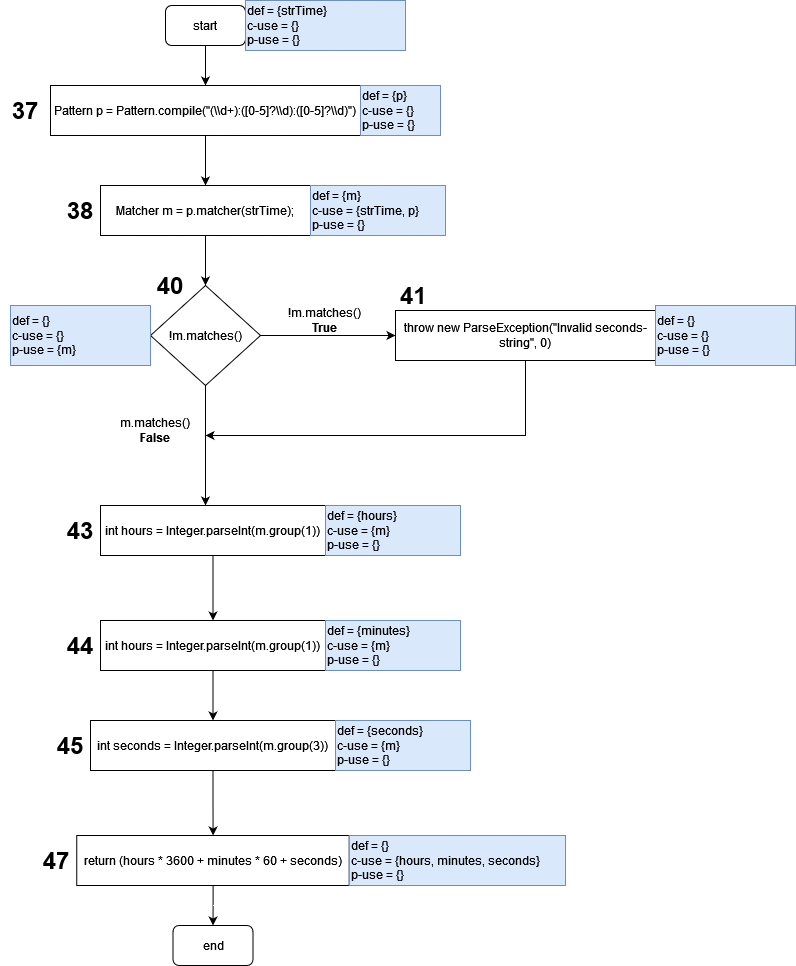
JoaoCostaIFG/tvvs keeps this draw.io diagram as assignments/8_dataflow_analysis/dataflow_graphs/dataflow_graph_3.png. Above is the earlier version. Source tidied: cells renumbered, new cells last; positions are measured from the earlier drawing's top-left corner, leaving out a move shared by most shapes.
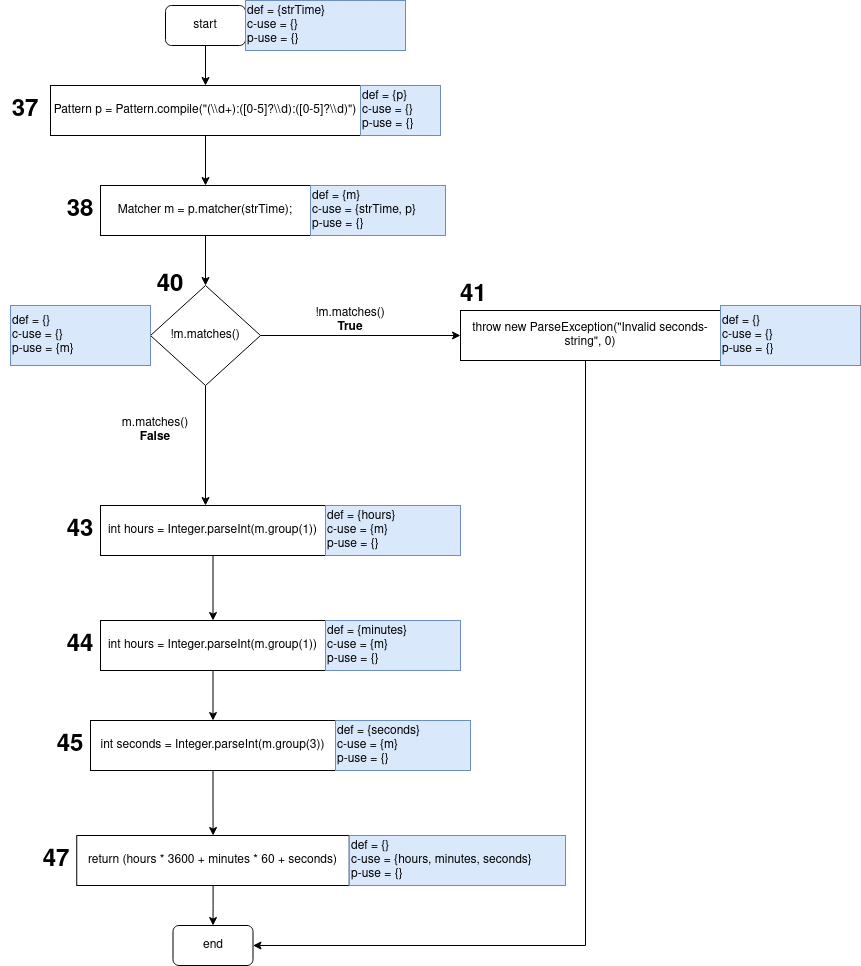
After the commit.

Commit message:
Add: coverage criteria and descriptions

What changed in the source:
```diff
@@ -35,10 +35,8 @@
     <mxCell id="12" value="def = {m}&lt;br&gt;c-use = {strTime, p}&lt;br&gt;p-use = {}" style="text;html=1;strokeColor=#6c8ebf;fillColor=#dae8fc;align=left;verticalAlign=middle;whiteSpace=wrap;rounded=0;" parent="1" vertex="1">
       <mxGeometry x="310" y="185" width="135" height="50" as="geometry" />
     </mxCell>
-    <mxCell id="13" style="edgeStyle=orthogonalEdgeStyle;rounded=0;jettySize=auto;html=1;" parent="1" edge="1" source="15">
-      <mxGeometry relative="1" as="geometry">
-        <mxPoint x="395" y="335" as="targetPoint" />
-      </mxGeometry>
+    <mxCell id="13" style="edgeStyle=orthogonalEdgeStyle;rounded=0;jettySize=auto;html=1;entryX=0;entryY=0.5;entryDx=0;entryDy=0;" parent="1" edge="1" source="15" target="20">
+      <mxGeometry relative="1" as="geometry" />
     </mxCell>
     <mxCell id="14" style="edgeStyle=orthogonalEdgeStyle;rounded=0;jettySize=auto;html=1;" parent="1" edge="1" source="15">
       <mxGeometry relative="1" as="geometry">
@@ -52,27 +50,26 @@
       <mxGeometry x="150" y="260" width="40" height="50" as="geometry" />
     </mxCell>
     <mxCell id="17" value="!m.matches()&lt;br&gt;&lt;b&gt;True&lt;/b&gt;" style="text;html=1;strokeColor=none;fillColor=none;align=center;verticalAlign=middle;whiteSpace=wrap;rounded=0;" parent="1" vertex="1">
-      <mxGeometry x="270" y="305" width="110" height="30" as="geometry" />
+      <mxGeometry x="295" y="305" width="110" height="30" as="geometry" />
     </mxCell>
     <mxCell id="18" value="&lt;div&gt;m.matches()&lt;b&gt;&lt;br&gt;&lt;/b&gt;&lt;/div&gt;&lt;div&gt;&lt;b&gt;False&lt;/b&gt;&lt;/div&gt;" style="text;html=1;strokeColor=none;fillColor=none;align=center;verticalAlign=middle;whiteSpace=wrap;rounded=0;" parent="1" vertex="1">
       <mxGeometry x="100" y="415" width="110" height="30" as="geometry" />
     </mxCell>
-    <mxCell id="19" style="edgeStyle=orthogonalEdgeStyle;rounded=0;jettySize=auto;html=1;" parent="1" edge="1" source="20">
+    <mxCell id="19" style="edgeStyle=orthogonalEdgeStyle;rounded=0;jettySize=auto;html=1;entryX=1;entryY=0.5;entryDx=0;entryDy=0;" parent="1" edge="1" source="20" target="40">
       <mxGeometry relative="1" as="geometry">
-        <mxPoint x="205" y="435" as="targetPoint" />
         <Array as="points">
-          <mxPoint x="525" y="435" />
+          <mxPoint x="585" y="945" />
         </Array>
       </mxGeometry>
     </mxCell>
     <mxCell id="20" value="throw new ParseException(&quot;Invalid seconds-string&quot;, 0)" style="rounded=0;whiteSpace=wrap;html=1;" parent="1" vertex="1">
-      <mxGeometry x="395" y="310" width="260" height="50" as="geometry" />
+      <mxGeometry x="460" y="310" width="260" height="50" as="geometry" />
     </mxCell>
     <mxCell id="21" value="&lt;h1&gt;41&lt;/h1&gt;" style="text;html=1;strokeColor=none;fillColor=none;spacing=5;spacingTop=-20;whiteSpace=wrap;overflow=hidden;rounded=0;" parent="1" vertex="1">
-      <mxGeometry x="395" y="275" width="50" height="50" as="geometry" />
+      <mxGeometry x="455" y="275" width="50" height="50" as="geometry" />
     </mxCell>
     <mxCell id="22" value="&lt;div&gt;def = {}&lt;/div&gt;&lt;div&gt;c-use = {}&lt;/div&gt;&lt;div&gt;p-use = {}&lt;br&gt;&lt;/div&gt;" style="text;html=1;strokeColor=#6c8ebf;fillColor=#dae8fc;align=left;verticalAlign=middle;whiteSpace=wrap;rounded=0;" parent="1" vertex="1">
-      <mxGeometry x="655" y="305" width="140" height="60" as="geometry" />
+      <mxGeometry x="720" y="305" width="140" height="60" as="geometry" />
     </mxCell>
     <mxCell id="23" value="&lt;div&gt;def = {}&lt;/div&gt;&lt;div&gt;c-use = {}&lt;/div&gt;&lt;div&gt;p-use = {m}&lt;br&gt;&lt;/div&gt;" style="text;html=1;strokeColor=#6c8ebf;fillColor=#dae8fc;align=left;verticalAlign=middle;whiteSpace=wrap;rounded=0;" parent="1" vertex="1">
       <mxGeometry x="10" y="305" width="140" height="60" as="geometry" />
```
